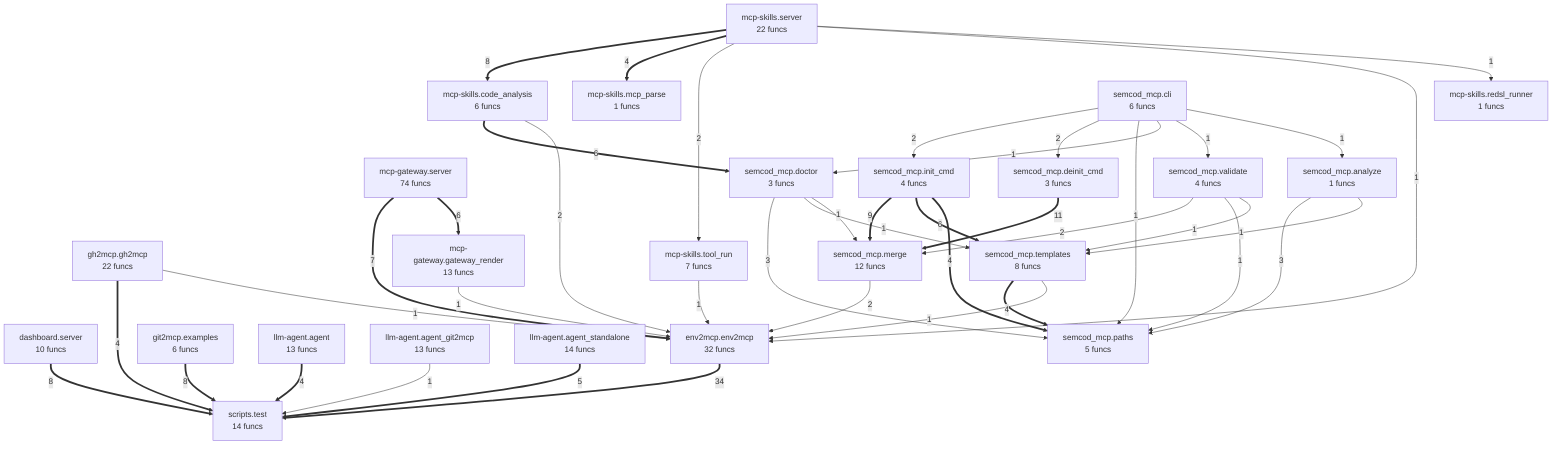
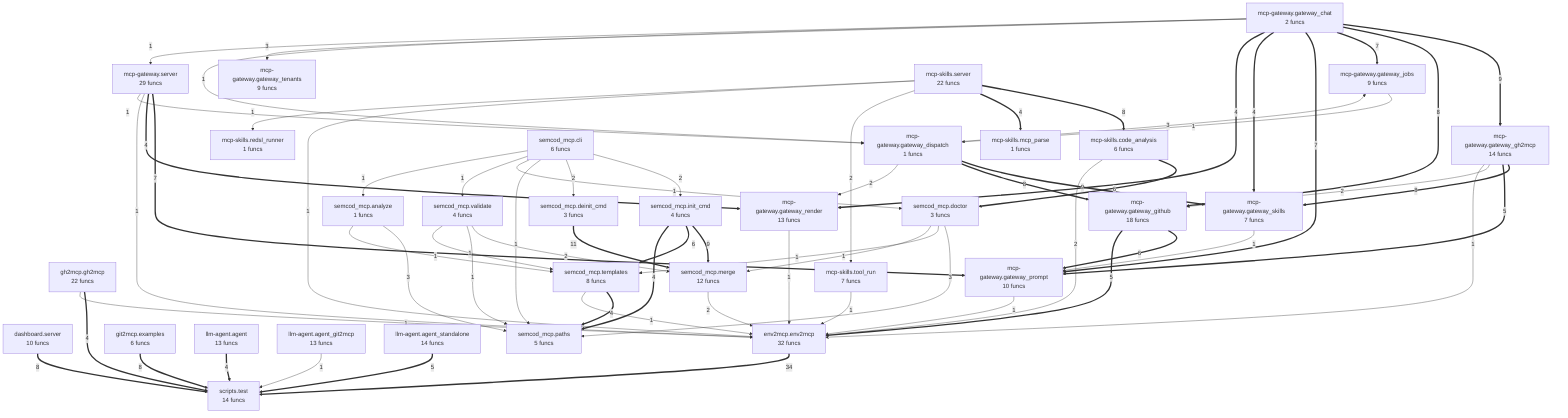
flowchart TD
%% generated in 0.01s
    dashboard__server["dashboard.server<br/>10 funcs"]
    env2mcp__env2mcp["env2mcp.env2mcp<br/>32 funcs"]
    gh2mcp__gh2mcp["gh2mcp.gh2mcp<br/>22 funcs"]
    git2mcp__examples["git2mcp.examples<br/>6 funcs"]
    llm_agent__agent["llm-agent.agent<br/>13 funcs"]
    llm_agent__agent_git2mcp["llm-agent.agent_git2mcp<br/>13 funcs"]
    llm_agent__agent_standalone["llm-agent.agent_standalone<br/>14 funcs"]
+     mcp_gateway__gateway_chat["mcp-gateway.gateway_chat<br/>2 funcs"]
+     mcp_gateway__gateway_dispatch["mcp-gateway.gateway_dispatch<br/>1 funcs"]
+     mcp_gateway__gateway_gh2mcp["mcp-gateway.gateway_gh2mcp<br/>14 funcs"]
+     mcp_gateway__gateway_github["mcp-gateway.gateway_github<br/>18 funcs"]
+     mcp_gateway__gateway_jobs["mcp-gateway.gateway_jobs<br/>9 funcs"]
+     mcp_gateway__gateway_prompt["mcp-gateway.gateway_prompt<br/>10 funcs"]
    mcp_gateway__gateway_render["mcp-gateway.gateway_render<br/>13 funcs"]
-     mcp_gateway__server["mcp-gateway.server<br/>74 funcs"]
+     mcp_gateway__gateway_skills["mcp-gateway.gateway_skills<br/>7 funcs"]
+     mcp_gateway__gateway_tenants["mcp-gateway.gateway_tenants<br/>9 funcs"]
+     mcp_gateway__server["mcp-gateway.server<br/>29 funcs"]
    mcp_skills__code_analysis["mcp-skills.code_analysis<br/>6 funcs"]
    mcp_skills__mcp_parse["mcp-skills.mcp_parse<br/>1 funcs"]
    mcp_skills__redsl_runner["mcp-skills.redsl_runner<br/>1 funcs"]
    mcp_skills__server["mcp-skills.server<br/>22 funcs"]
    mcp_skills__tool_run["mcp-skills.tool_run<br/>7 funcs"]
    scripts__test["scripts.test<br/>14 funcs"]
    semcod_mcp__analyze["semcod_mcp.analyze<br/>1 funcs"]
    semcod_mcp__cli["semcod_mcp.cli<br/>6 funcs"]
    semcod_mcp__deinit_cmd["semcod_mcp.deinit_cmd<br/>3 funcs"]
    semcod_mcp__doctor["semcod_mcp.doctor<br/>3 funcs"]
    semcod_mcp__init_cmd["semcod_mcp.init_cmd<br/>4 funcs"]
    semcod_mcp__merge["semcod_mcp.merge<br/>12 funcs"]
    semcod_mcp__paths["semcod_mcp.paths<br/>5 funcs"]
    semcod_mcp__templates["semcod_mcp.templates<br/>8 funcs"]
    semcod_mcp__validate["semcod_mcp.validate<br/>4 funcs"]
    env2mcp__env2mcp ==>|34| scripts__test
    semcod_mcp__deinit_cmd ==>|11| semcod_mcp__merge
    semcod_mcp__init_cmd ==>|9| semcod_mcp__merge
+     mcp_gateway__gateway_chat ==>|9| mcp_gateway__gateway_gh2mcp
+     mcp_gateway__gateway_dispatch ==>|9| mcp_gateway__gateway_skills
    dashboard__server ==>|8| scripts__test
    mcp_skills__server ==>|8| mcp_skills__code_analysis
    git2mcp__examples ==>|8| scripts__test
-     mcp_gateway__server ==>|7| env2mcp__env2mcp
-     mcp_gateway__server ==>|6| mcp_gateway__gateway_render
+     mcp_gateway__gateway_chat ==>|8| mcp_gateway__gateway_github
+     mcp_gateway__gateway_gh2mcp ==>|8| mcp_gateway__gateway_skills
+     mcp_gateway__gateway_dispatch ==>|8| mcp_gateway__gateway_github
+     mcp_gateway__gateway_chat ==>|7| mcp_gateway__gateway_jobs
+     mcp_gateway__gateway_chat ==>|7| mcp_gateway__gateway_prompt
+     mcp_gateway__server ==>|7| mcp_gateway__gateway_prompt
    mcp_skills__code_analysis ==>|6| semcod_mcp__doctor
    semcod_mcp__init_cmd ==>|6| semcod_mcp__templates
+     mcp_gateway__gateway_github ==>|6| mcp_gateway__gateway_prompt
    llm_agent__agent_standalone ==>|5| scripts__test
+     mcp_gateway__gateway_github ==>|5| env2mcp__env2mcp
+     mcp_gateway__gateway_gh2mcp ==>|5| mcp_gateway__gateway_prompt
    gh2mcp__gh2mcp ==>|4| scripts__test
    llm_agent__agent ==>|4| scripts__test
    mcp_skills__server ==>|4| mcp_skills__mcp_parse
    semcod_mcp__init_cmd ==>|4| semcod_mcp__paths
    semcod_mcp__templates ==>|4| semcod_mcp__paths
+     mcp_gateway__gateway_chat ==>|4| mcp_gateway__gateway_skills
+     mcp_gateway__gateway_chat ==>|4| mcp_gateway__gateway_render
+     mcp_gateway__server ==>|4| mcp_gateway__gateway_render
    semcod_mcp__analyze -->|3| semcod_mcp__paths
    semcod_mcp__doctor -->|3| semcod_mcp__paths
+     mcp_gateway__gateway_chat -->|3| mcp_gateway__gateway_tenants
+     mcp_gateway__gateway_dispatch -->|3| mcp_gateway__gateway_jobs
    mcp_skills__code_analysis -->|2| env2mcp__env2mcp
    mcp_skills__server -->|2| mcp_skills__tool_run
    semcod_mcp__cli -->|2| semcod_mcp__init_cmd
    semcod_mcp__cli -->|2| semcod_mcp__deinit_cmd
    semcod_mcp__validate -->|2| semcod_mcp__merge
    semcod_mcp__merge -->|2| env2mcp__env2mcp
+     mcp_gateway__gateway_gh2mcp -->|2| mcp_gateway__gateway_github
+     mcp_gateway__gateway_dispatch -->|2| mcp_gateway__gateway_render
    gh2mcp__gh2mcp -->|1| env2mcp__env2mcp
    mcp_gateway__gateway_render -->|1| env2mcp__env2mcp
    llm_agent__agent_git2mcp -->|1| scripts__test
    mcp_skills__tool_run -->|1| env2mcp__env2mcp
    mcp_skills__server -->|1| env2mcp__env2mcp
    mcp_skills__server -->|1| mcp_skills__redsl_runner
    semcod_mcp__cli -->|1| semcod_mcp__paths
    semcod_mcp__cli -->|1| semcod_mcp__doctor
    semcod_mcp__cli -->|1| semcod_mcp__validate
    semcod_mcp__cli -->|1| semcod_mcp__analyze
    semcod_mcp__analyze -->|1| semcod_mcp__templates
    semcod_mcp__validate -->|1| semcod_mcp__paths
    semcod_mcp__validate -->|1| semcod_mcp__templates
    semcod_mcp__doctor -->|1| semcod_mcp__templates
    semcod_mcp__doctor -->|1| semcod_mcp__merge
    semcod_mcp__templates -->|1| env2mcp__env2mcp
+     mcp_gateway__gateway_jobs -->|1| mcp_gateway__gateway_dispatch
+     mcp_gateway__gateway_chat -->|1| mcp_gateway__gateway_dispatch
+     mcp_gateway__gateway_chat -->|1| mcp_gateway__server
+     mcp_gateway__server -->|1| env2mcp__env2mcp
+     mcp_gateway__server -->|1| mcp_gateway__gateway_dispatch
+     mcp_gateway__gateway_gh2mcp -->|1| env2mcp__env2mcp
+     mcp_gateway__gateway_prompt -->|1| env2mcp__env2mcp
+     mcp_gateway__gateway_skills -->|1| mcp_gateway__gateway_prompt
